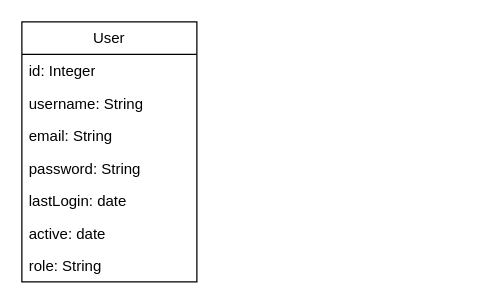
This is Auth.drawio from jonasssneto/Authenticator, a draw.io file, before an edit. Source tidied: cells renumbered, new cells numbered last; positions are measured from the earlier drawing's top-left corner, leaving out a move shared by most shapes. Both pictures are drawn from the tidied source at 125%, with x=0, y=0 at pixel (21, 21).
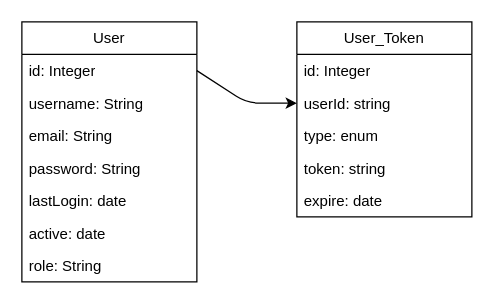
Above is the later version.

Commit message (it also covers changes not shown here):
feat: reset password with token

Change to the diagram source:
```diff
@@
 <mxGraphModel>
   <root>
     <mxCell id="0" />
     <mxCell id="1" parent="0" />
     <mxCell id="2" value="User" style="swimlane;fontStyle=0;horizontal=1;startSize=26;fillColor=none;whiteSpace=wrap;html=1;" parent="1" vertex="1">
       <mxGeometry width="140" height="208" as="geometry" />
     </mxCell>
     <mxCell id="3" value="id: Integer" style="text;strokeColor=none;fillColor=none;align=left;verticalAlign=top;spacingLeft=4;spacingRight=4;overflow=hidden;points=[[0,0.5],[1,0.5]];portConstraint=eastwest;whiteSpace=wrap;html=1;" parent="2" vertex="1">
       <mxGeometry y="26" width="140" height="26" as="geometry" />
     </mxCell>
     <mxCell id="4" value="username: String" style="text;strokeColor=none;fillColor=none;align=left;verticalAlign=top;spacingLeft=4;spacingRight=4;overflow=hidden;whiteSpace=wrap;html=1;" parent="2" vertex="1">
       <mxGeometry y="52" width="140" height="26" as="geometry" />
     </mxCell>
     <mxCell id="5" value="email: String" style="text;strokeColor=none;fillColor=none;align=left;verticalAlign=top;spacingLeft=4;spacingRight=4;overflow=hidden;whiteSpace=wrap;html=1;" parent="2" vertex="1">
       <mxGeometry y="78" width="140" height="26" as="geometry" />
     </mxCell>
     <mxCell id="6" value="password: String&lt;div&gt;&lt;br&gt;&lt;/div&gt;" style="text;strokeColor=none;fillColor=none;align=left;verticalAlign=top;spacingLeft=4;spacingRight=4;overflow=hidden;whiteSpace=wrap;html=1;" parent="2" vertex="1">
       <mxGeometry y="104" width="140" height="26" as="geometry" />
     </mxCell>
     <mxCell id="7" value="lastLogin: date&lt;div&gt;&lt;br&gt;&lt;/div&gt;" style="text;strokeColor=none;fillColor=none;align=left;verticalAlign=top;spacingLeft=4;spacingRight=4;overflow=hidden;whiteSpace=wrap;html=1;" parent="2" vertex="1">
       <mxGeometry y="130" width="140" height="26" as="geometry" />
     </mxCell>
     <mxCell id="8" value="active: date&lt;div&gt;&lt;br&gt;&lt;/div&gt;" style="text;strokeColor=none;fillColor=none;align=left;verticalAlign=top;spacingLeft=4;spacingRight=4;overflow=hidden;whiteSpace=wrap;html=1;" parent="2" vertex="1">
       <mxGeometry y="156" width="140" height="26" as="geometry" />
     </mxCell>
     <mxCell id="9" value="role: String&lt;div&gt;&lt;br&gt;&lt;/div&gt;" style="text;strokeColor=none;fillColor=none;align=left;verticalAlign=top;spacingLeft=4;spacingRight=4;overflow=hidden;whiteSpace=wrap;html=1;" parent="2" vertex="1">
       <mxGeometry y="182" width="140" height="26" as="geometry" />
     </mxCell>
+    <mxCell id="10" value="User_Token" style="swimlane;fontStyle=0;horizontal=1;startSize=26;fillColor=none;whiteSpace=wrap;html=1;" parent="1" vertex="1">
+      <mxGeometry x="220" width="140" height="156" as="geometry" />
+    </mxCell>
+    <mxCell id="11" value="id: Integer" style="text;strokeColor=none;fillColor=none;align=left;verticalAlign=top;spacingLeft=4;spacingRight=4;overflow=hidden;whiteSpace=wrap;html=1;" parent="10" vertex="1">
+      <mxGeometry y="26" width="140" height="26" as="geometry" />
+    </mxCell>
+    <mxCell id="12" value="userId: string" style="text;strokeColor=none;fillColor=none;align=left;verticalAlign=top;spacingLeft=4;spacingRight=4;overflow=hidden;points=[[0,0.5],[1,0.5]];portConstraint=eastwest;whiteSpace=wrap;html=1;" parent="10" vertex="1">
+      <mxGeometry y="52" width="140" height="26" as="geometry" />
+    </mxCell>
+    <mxCell id="13" value="type: enum" style="text;strokeColor=none;fillColor=none;align=left;verticalAlign=top;spacingLeft=4;spacingRight=4;overflow=hidden;whiteSpace=wrap;html=1;" parent="10" vertex="1">
+      <mxGeometry y="78" width="140" height="26" as="geometry" />
+    </mxCell>
+    <mxCell id="14" value="token: string" style="text;strokeColor=none;fillColor=none;align=left;verticalAlign=top;spacingLeft=4;spacingRight=4;overflow=hidden;whiteSpace=wrap;html=1;" parent="10" vertex="1">
+      <mxGeometry y="104" width="140" height="26" as="geometry" />
+    </mxCell>
+    <mxCell id="15" value="expire: date" style="text;strokeColor=none;fillColor=none;align=left;verticalAlign=top;spacingLeft=4;spacingRight=4;overflow=hidden;whiteSpace=wrap;html=1;" parent="10" vertex="1">
+      <mxGeometry y="130" width="140" height="26" as="geometry" />
+    </mxCell>
+    <mxCell id="16" style="edgeStyle=none;html=1;entryX=0;entryY=0.5;entryDx=0;entryDy=0;exitX=1;exitY=0.5;exitDx=0;exitDy=0;" parent="1" edge="1" source="3" target="12">
+      <mxGeometry relative="1" as="geometry">
+        <Array as="points">
+          <mxPoint x="180" y="65" />
+        </Array>
+      </mxGeometry>
+    </mxCell>
   </root>
 </mxGraphModel>
```
